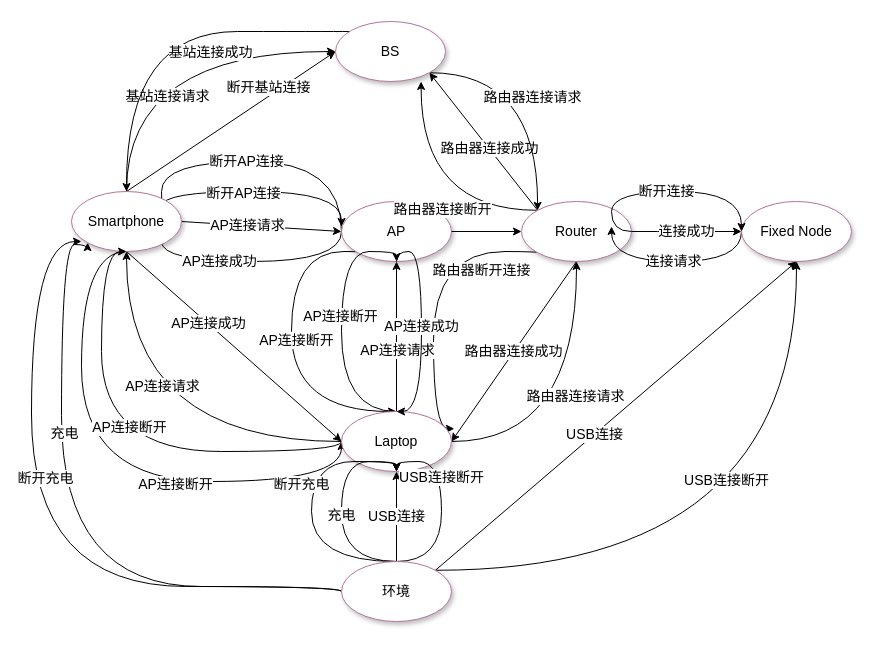
This is page "实体交互关系" (2 of 5) of 时间自动机.drawio from Icarus1994/neutron_conf, a draw.io file, before an edit. Source tidied: cells renumbered, new cells numbered last; positions are measured from the earlier drawing's top-left corner, leaving out a move shared by most shapes. Both pictures are drawn from the tidied source at 100%, with x=0, y=0 at pixel (31, 21).
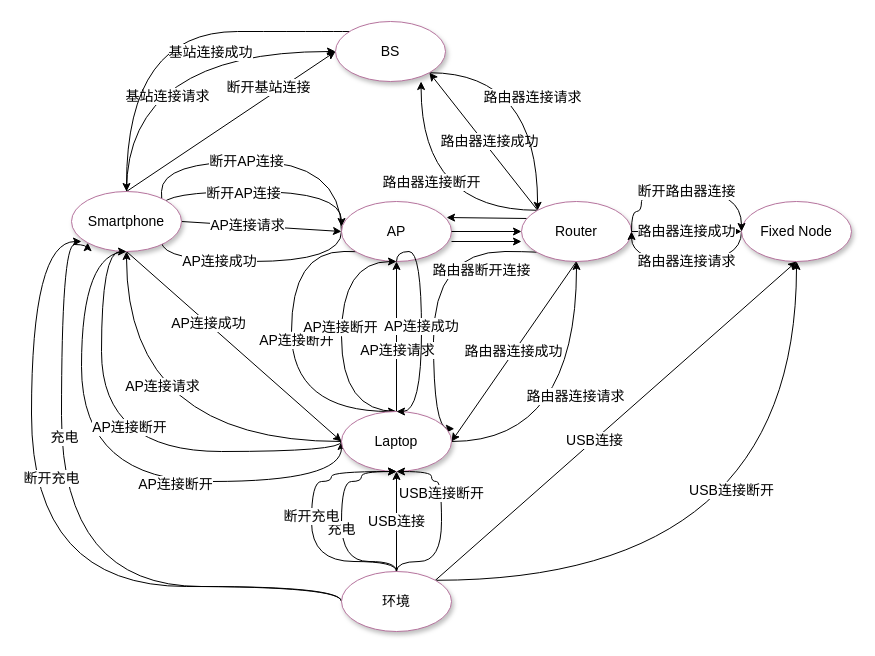
The same page after the edit.

The change refers to these unchanged cells:
```xml
<mxCell id="7" value="AP" style="ellipse;whiteSpace=wrap;html=1;strokeColor=#B5739D;shadow=1;fontSize=14;" parent="1" vertex="1">
  <mxGeometry x="310" y="180" width="110" height="60" as="geometry" />
</mxCell>
<mxCell id="8" style="edgeStyle=none;rounded=0;jettySize=auto;html=1;exitX=0;exitY=0;exitDx=0;exitDy=0;entryX=1;entryY=1;entryDx=0;entryDy=0;endArrow=classic;endFill=1;strokeColor=#000000;fontSize=14;" parent="1" edge="1" source="15" target="44">
  <mxGeometry relative="1" as="geometry" />
</mxCell>
<mxCell id="13" style="edgeStyle=orthogonalEdgeStyle;curved=1;rounded=0;jettySize=auto;html=1;exitX=0;exitY=0;exitDx=0;exitDy=0;entryX=0.778;entryY=1;entryDx=0;entryDy=0;entryPerimeter=0;endArrow=classic;endFill=1;strokeColor=#000000;fontSize=14;" parent="1" edge="1" source="15" target="44">
  <mxGeometry relative="1" as="geometry" />
</mxCell>
<mxCell id="15" value="Router" style="ellipse;whiteSpace=wrap;html=1;strokeColor=#B5739D;shadow=1;fontSize=14;" parent="1" vertex="1">
  <mxGeometry x="490" y="180" width="110" height="60" as="geometry" />
</mxCell>
<mxCell id="37" value="Laptop" style="ellipse;whiteSpace=wrap;html=1;strokeColor=#B5739D;shadow=1;fontSize=14;" parent="1" vertex="1">
  <mxGeometry x="310" y="390" width="110" height="60" as="geometry" />
</mxCell>
<mxCell id="46" value="Fixed Node" style="ellipse;whiteSpace=wrap;html=1;strokeColor=#B5739D;shadow=1;fontSize=14;" parent="1" vertex="1">
  <mxGeometry x="710" y="180" width="110" height="60" as="geometry" />
</mxCell>
```

What changed in the source:
```diff
@@
     <mxCell id="9" value="路由器连接成功" style="text;html=1;align=center;verticalAlign=middle;labelBackgroundColor=#ffffff;fontSize=14;" parent="8" vertex="1">
       <mxGeometry x="-0.1" y="-1" relative="1" as="geometry">
-        <mxPoint x="-1" as="offset" />
+        <mxPoint x="-1" y="-6.1" as="offset" />
       </mxGeometry>
     </mxCell>
@@
     <mxCell id="14" value="路由器连接断开" style="text;html=1;align=center;verticalAlign=middle;labelBackgroundColor=#ffffff;fontSize=14;" parent="13" vertex="1">
-      <mxGeometry x="-0.04" y="-21" relative="1" as="geometry" />
+      <mxGeometry x="-0.04" y="-21" relative="1" as="geometry">
+        <mxPoint x="-10.6" y="-27.3" as="offset" />
+      </mxGeometry>
     </mxCell>
@@
     <mxCell id="31" style="edgeStyle=orthogonalEdgeStyle;curved=1;rounded=0;jettySize=auto;html=1;exitX=0.5;exitY=0;exitDx=0;exitDy=0;entryX=0.5;entryY=1;entryDx=0;entryDy=0;startArrow=none;startFill=0;endArrow=classic;endFill=1;strokeColor=#000000;fontSize=14;" parent="1" edge="1" source="37" target="7">
       <mxGeometry relative="1" as="geometry">
         <Array as="points">
           <mxPoint x="310" y="390" />
-          <mxPoint x="310" y="230" />
+          <mxPoint x="310" y="240" />
         </Array>
       </mxGeometry>
     </mxCell>
@@
-    <mxCell id="45" value="连接请求" style="edgeStyle=orthogonalEdgeStyle;curved=1;rounded=0;jettySize=auto;html=1;exitX=0;exitY=0.5;exitDx=0;exitDy=0;endArrow=classic;endFill=1;strokeColor=#000000;fontSize=14;" parent="1" edge="1" source="46">
+    <mxCell id="45" value="路由器连接请求" style="edgeStyle=orthogonalEdgeStyle;curved=1;rounded=0;jettySize=auto;html=1;exitX=0;exitY=0.5;exitDx=0;exitDy=0;endArrow=classic;endFill=1;strokeColor=#000000;fontSize=14;entryX=1;entryY=0.5;entryDx=0;entryDy=0;" parent="1" edge="1" source="46" target="15">
       <mxGeometry relative="1" as="geometry">
-        <mxPoint x="580" y="205" as="targetPoint" />
         <Array as="points">
           <mxPoint x="710" y="240" />
-          <mxPoint x="580" y="240" />
+          <mxPoint x="600" y="240" />
         </Array>
       </mxGeometry>
     </mxCell>
@@
-    <mxCell id="47" value="断开连接" style="edgeStyle=orthogonalEdgeStyle;curved=1;rounded=0;jettySize=auto;html=1;exitX=1;exitY=0.5;exitDx=0;exitDy=0;entryX=0;entryY=0.5;entryDx=0;entryDy=0;endArrow=classic;endFill=1;strokeColor=#000000;fontSize=14;" parent="1" edge="1" source="15" target="46">
+    <mxCell id="47" value="断开路由器连接" style="edgeStyle=orthogonalEdgeStyle;curved=1;rounded=0;jettySize=auto;html=1;exitX=1;exitY=0.5;exitDx=0;exitDy=0;entryX=0;entryY=0.5;entryDx=0;entryDy=0;endArrow=classic;endFill=1;strokeColor=#000000;fontSize=14;" parent="1" edge="1" source="15" target="46">
       <mxGeometry relative="1" as="geometry">
         <Array as="points">
-          <mxPoint x="580" y="170" />
+          <mxPoint x="600" y="190" />
+          <mxPoint x="610" y="190" />
+          <mxPoint x="610" y="170" />
           <mxPoint x="710" y="170" />
         </Array>
       </mxGeometry>
     </mxCell>
-    <mxCell id="48" value="连接成功" style="edgeStyle=orthogonalEdgeStyle;curved=1;rounded=0;jettySize=auto;html=1;exitX=1;exitY=0.5;exitDx=0;exitDy=0;entryX=0;entryY=0.5;entryDx=0;entryDy=0;endArrow=classic;endFill=1;strokeColor=#000000;fontSize=14;" parent="1" edge="1" source="15" target="46">
+    <mxCell id="48" value="路由器连接成功" style="edgeStyle=orthogonalEdgeStyle;curved=1;rounded=0;jettySize=auto;html=1;exitX=1;exitY=0.5;exitDx=0;exitDy=0;entryX=0;entryY=0.5;entryDx=0;entryDy=0;endArrow=classic;endFill=1;strokeColor=#000000;fontSize=14;" parent="1" edge="1" source="15" target="46">
       <mxGeometry relative="1" as="geometry" />
     </mxCell>
@@
     <mxCell id="54" style="edgeStyle=orthogonalEdgeStyle;curved=1;rounded=0;jettySize=auto;html=1;exitX=0.5;exitY=0;exitDx=0;exitDy=0;entryX=0.5;entryY=1;entryDx=0;entryDy=0;startArrow=none;startFill=0;endArrow=classic;endFill=1;strokeColor=#000000;fontSize=14;" parent="1" edge="1" source="62" target="37">
       <mxGeometry relative="1" as="geometry">
         <Array as="points">
+          <mxPoint x="365" y="540" />
           <mxPoint x="310" y="540" />
-          <mxPoint x="310" y="440" />
+          <mxPoint x="310" y="460" />
+          <mxPoint x="330" y="460" />
+          <mxPoint x="330" y="450" />
         </Array>
       </mxGeometry>
     </mxCell>
@@
     <mxCell id="56" value="断开充电" style="edgeStyle=orthogonalEdgeStyle;curved=1;rounded=0;jettySize=auto;html=1;exitX=0.5;exitY=0;exitDx=0;exitDy=0;entryX=0.5;entryY=1;entryDx=0;entryDy=0;startArrow=none;startFill=0;endArrow=classic;endFill=1;strokeColor=#000000;fontSize=14;" parent="1" edge="1" source="62" target="37">
-      <mxGeometry x="0.16" y="10" relative="1" as="geometry">
+      <mxGeometry x="0.04" relative="1" as="geometry">
         <Array as="points">
+          <mxPoint x="365" y="540" />
           <mxPoint x="280" y="540" />
-          <mxPoint x="280" y="440" />
+          <mxPoint x="280" y="460" />
+          <mxPoint x="300" y="460" />
+          <mxPoint x="300" y="450" />
         </Array>
       </mxGeometry>
     </mxCell>
     <mxCell id="57" value="USB连接断开" style="edgeStyle=orthogonalEdgeStyle;curved=1;rounded=0;jettySize=auto;html=1;exitX=0.5;exitY=0;exitDx=0;exitDy=0;entryX=0.5;entryY=1;entryDx=0;entryDy=0;startArrow=none;startFill=0;endArrow=classic;endFill=1;strokeColor=#000000;fontSize=14;" parent="1" edge="1" source="62" target="37">
       <mxGeometry x="0.29" relative="1" as="geometry">
         <Array as="points">
+          <mxPoint x="365" y="540" />
           <mxPoint x="410" y="540" />
-          <mxPoint x="410" y="440" />
+          <mxPoint x="410" y="460" />
+          <mxPoint x="400" y="460" />
+          <mxPoint x="400" y="450" />
         </Array>
       </mxGeometry>
     </mxCell>
@@
     <mxCell id="62" value="环境" style="ellipse;whiteSpace=wrap;html=1;strokeColor=#B5739D;shadow=1;fontSize=14;" parent="1" vertex="1">
-      <mxGeometry x="310" y="540" width="110" height="60" as="geometry" />
+      <mxGeometry x="310" y="550" width="110" height="60" as="geometry" />
     </mxCell>
+    <mxCell id="63" style="endArrow=classic;html=1;fontSize=14;exitX=0.045;exitY=0.283;exitDx=0;exitDy=0;exitPerimeter=0;entryX=0.955;entryY=0.267;entryDx=0;entryDy=0;entryPerimeter=0;" parent="1" edge="1" source="15" target="7">
+      <mxGeometry relative="1" as="geometry" />
+    </mxCell>
+    <mxCell id="64" style="edgeStyle=none;rounded=0;orthogonalLoop=1;jettySize=auto;html=1;exitX=1;exitY=0.5;exitDx=0;exitDy=0;entryX=0;entryY=0.5;entryDx=0;entryDy=0;endArrow=classic;endFill=1;strokeColor=#000000;fontSize=14;" parent="1" edge="1">
+      <mxGeometry relative="1" as="geometry">
+        <mxPoint x="420" y="220" as="sourcePoint" />
+        <mxPoint x="490" y="220" as="targetPoint" />
+      </mxGeometry>
+    </mxCell>
```
